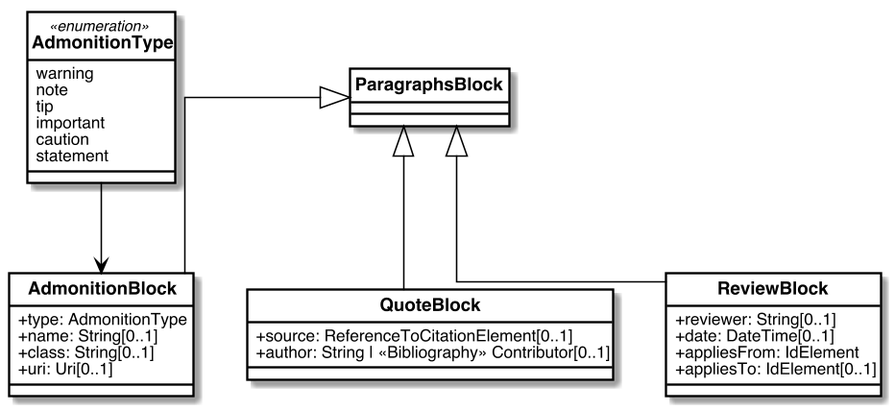
Above: images/MultiParagraphs.png in metanorma/basicdoc-models (PlantUML), before the change.
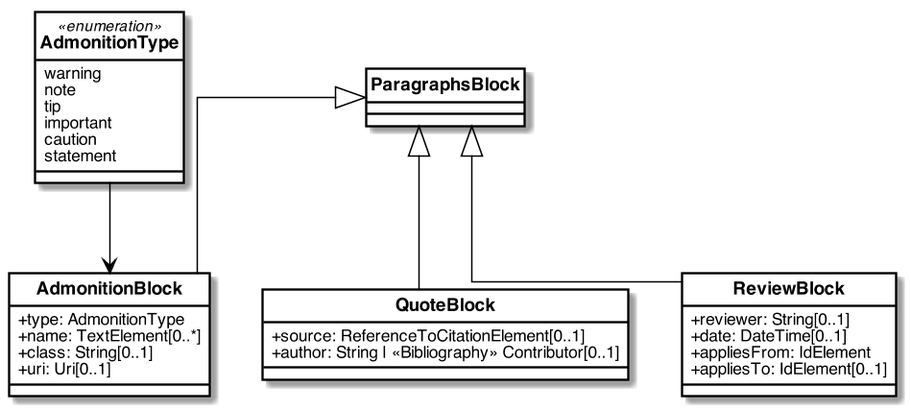
The same diagram one commit later.

Diff of the diagram source:
```diff
@@ -58,7 +58,7 @@
 
 class AdmonitionBlock{
     +type: AdmonitionType
-    +name: String[0..1]
+    +name: TextElement[0..*]
     +class: String[0..1]
     +uri: Uri[0..1]
 }
```
